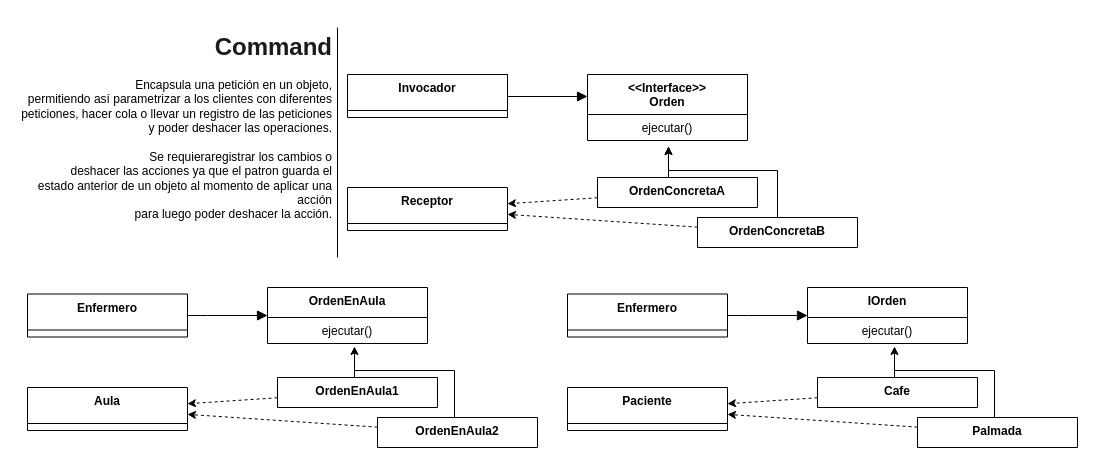
Above: page "5 Command" (2 of 2) of Clase5.drawio in veroyols/I3007_patrones_de_disenio (draw.io), before the change. Source tidied: cells renumbered, new cells numbered last; positions are measured from the earlier drawing's top-left corner, leaving out a move shared by most shapes. Both pictures are drawn from the tidied source at 100%, with x=0, y=0 at pixel (17, 27).
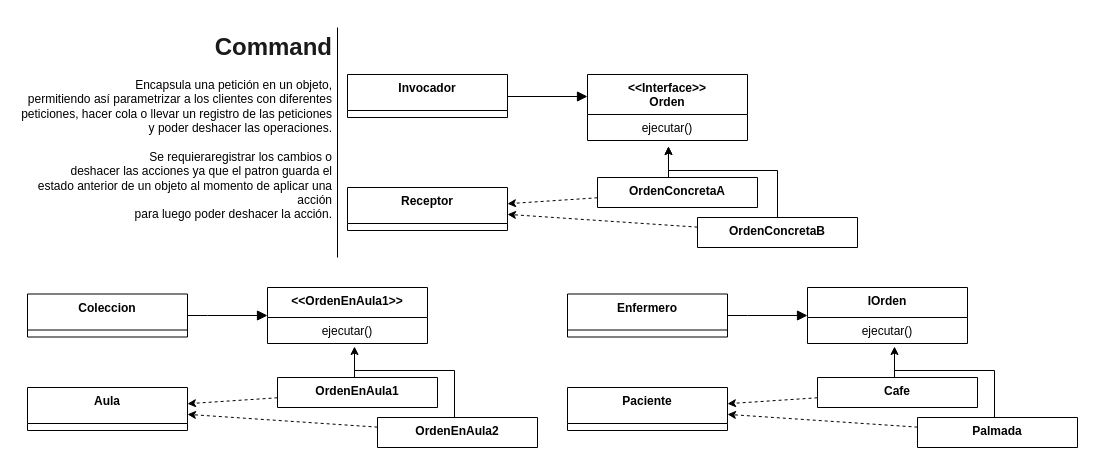
The same diagram, later.

Change to the diagram source:
```diff
@@
-    <mxCell id="26" value="Enfermero" style="swimlane;fontStyle=1;align=center;verticalAlign=top;horizontal=1;startSize=36;" parent="1" vertex="1">
+    <mxCell id="26" value="Coleccion" style="swimlane;fontStyle=1;align=center;verticalAlign=top;horizontal=1;startSize=36;" parent="1" vertex="1">
       <mxGeometry x="10" y="266.5" width="160" height="43" as="geometry" />
     </mxCell>
-    <mxCell id="27" value="OrdenEnAula" style="swimlane;fontStyle=1;align=center;verticalAlign=top;horizontal=1;startSize=30;" parent="1" vertex="1">
+    <mxCell id="27" value="&lt;&lt;OrdenEnAula1&gt;&gt;" style="swimlane;fontStyle=1;align=center;verticalAlign=top;horizontal=1;startSize=30;" parent="1" vertex="1">
       <mxGeometry x="250" y="260" width="160" height="56" as="geometry" />
     </mxCell>
```
